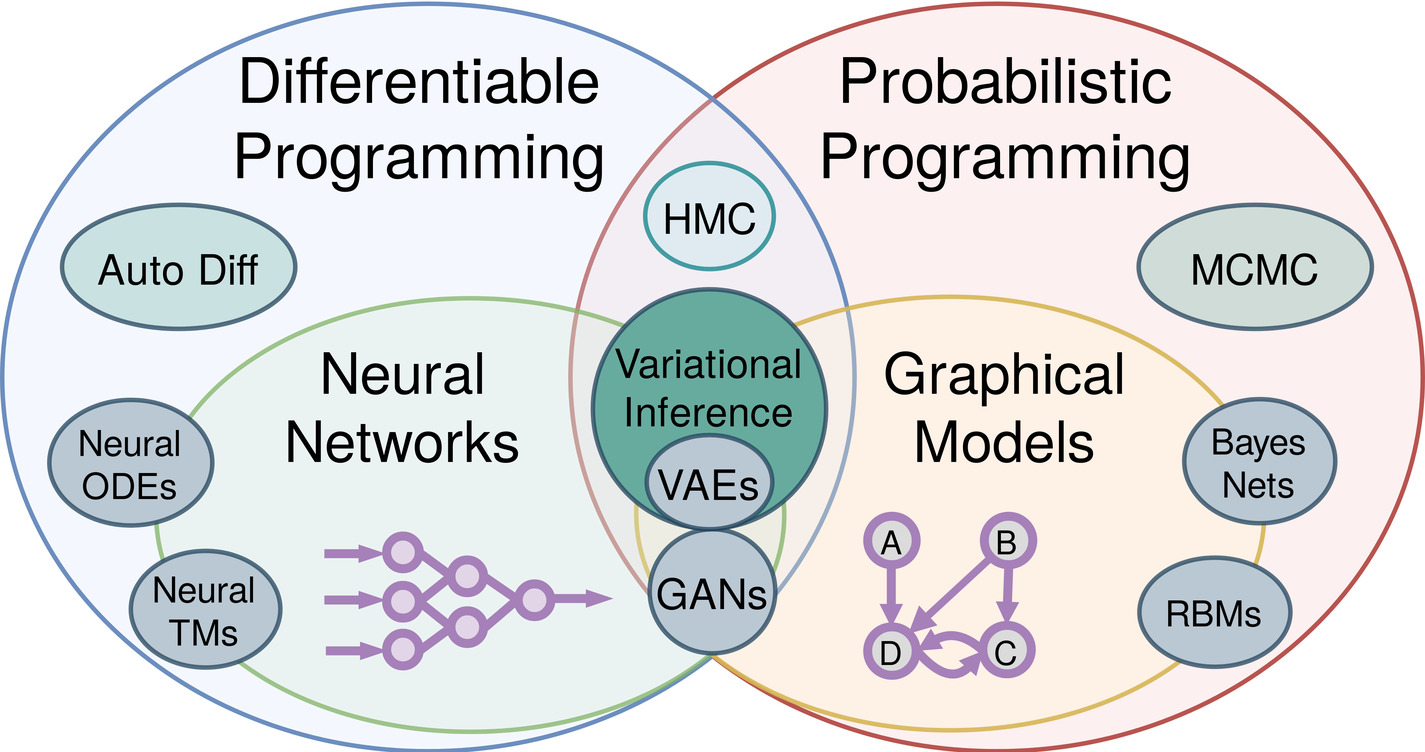
The draw.io diagram latex/thesis/diff_prob_prog.png in breandan/kotlingrad, before a commit. Source tidied: cells renumbered, new cells last; positions are measured from the earlier drawing's top-left corner, leaving out a move shared by most shapes.
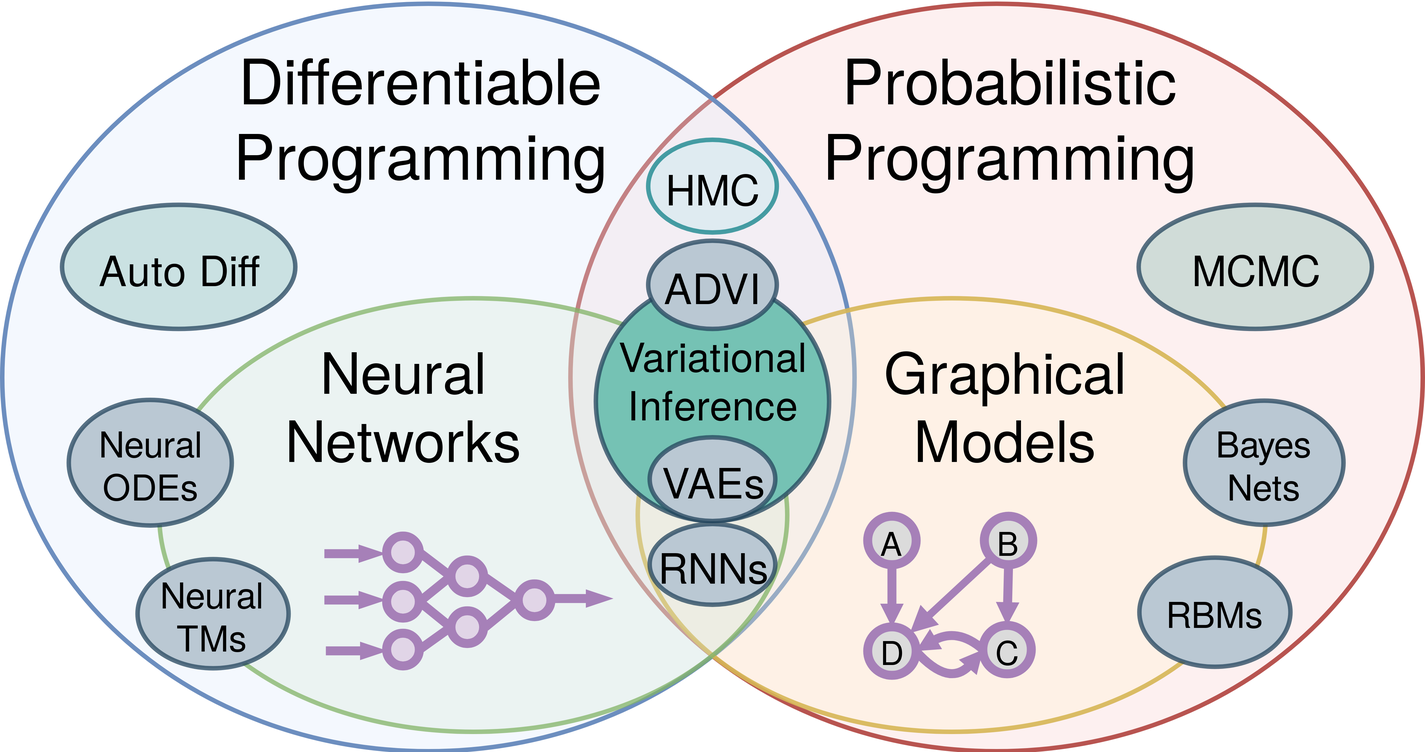
After the change.

Diff of the diagram source:
```diff
@@ -12,10 +12,10 @@
       <mxGeometry y="-0.5" width="570" height="500" as="geometry" />
     </mxCell>
     <mxCell id="5" style="ellipse;whiteSpace=wrap;html=1;fillColor=#fff2cc;strokeColor=#d6b656;strokeOpacity=90;fillOpacity=30;strokeWidth=3;" parent="1" vertex="1">
-      <mxGeometry x="424" y="196" width="420" height="290" as="geometry" />
+      <mxGeometry x="425" y="197" width="420" height="290" as="geometry" />
     </mxCell>
     <mxCell id="6" value="&lt;div style=&quot;font-size: 38px&quot; align=&quot;left&quot;&gt;&lt;font style=&quot;font-size: 38px&quot;&gt;&amp;nbsp; &lt;font style=&quot;font-size: 38px&quot;&gt;&lt;br&gt;&lt;/font&gt;&lt;/font&gt;&lt;/div&gt;&lt;div align=&quot;left&quot;&gt;&lt;font style=&quot;font-size: 32px&quot;&gt;&amp;nbsp;&amp;nbsp;&amp;nbsp;&amp;nbsp;&amp;nbsp;&amp;nbsp;&amp;nbsp;&amp;nbsp;&amp;nbsp; &lt;br&gt;&lt;/font&gt;&lt;/div&gt;&lt;div align=&quot;left&quot;&gt;&lt;font style=&quot;font-size: 32px&quot;&gt;&amp;nbsp;&amp;nbsp;&amp;nbsp;&amp;nbsp;&amp;nbsp;&amp;nbsp; &lt;br&gt;&lt;/font&gt;&lt;/div&gt;&lt;div align=&quot;left&quot;&gt;&lt;font style=&quot;font-size: 32px&quot;&gt;&amp;nbsp;&amp;nbsp;&amp;nbsp;&amp;nbsp;&amp;nbsp;&amp;nbsp;&amp;nbsp;&amp;nbsp;&amp;nbsp;&amp;nbsp;&amp;nbsp;&amp;nbsp; &lt;br&gt;&lt;/font&gt;&lt;/div&gt;" style="ellipse;whiteSpace=wrap;html=1;fillColor=#d5e8d4;strokeColor=#82b366;strokeOpacity=75;fillOpacity=30;strokeWidth=3;" parent="1" vertex="1">
-      <mxGeometry x="103" y="197" width="420" height="290" as="geometry" />
+      <mxGeometry x="105" y="197" width="420" height="290" as="geometry" />
     </mxCell>
     <mxCell id="7" style="ellipse;whiteSpace=wrap;html=1;strokeColor=#A680B8;strokeWidth=6;fillColor=#e1d5e7;fillOpacity=100;" parent="1" vertex="1">
       <mxGeometry x="257" y="356" width="21.9" height="21.9" as="geometry" />
@@ -121,28 +121,22 @@
       <mxGeometry x="40" y="134" width="156" height="83" as="geometry" />
     </mxCell>
     <mxCell id="34" value="&lt;font style=&quot;font-size: 28px&quot;&gt;HMC&lt;/font&gt;" style="ellipse;whiteSpace=wrap;html=1;fillColor=#b0e3e6;strokeColor=#0e8088;strokeOpacity=75;fillOpacity=30;strokeWidth=3;" parent="1" vertex="1">
-      <mxGeometry x="430.5" y="106.5" width="86" height="71" as="geometry" />
+      <mxGeometry x="432" y="91" width="86" height="62" as="geometry" />
     </mxCell>
     <mxCell id="35" value="&lt;font style=&quot;font-size: 24px&quot;&gt;Bayes Nets&lt;/font&gt;" style="ellipse;whiteSpace=wrap;html=1;fillColor=#bac8d3;strokeColor=#23445d;strokeOpacity=75;fillOpacity=100;strokeWidth=3;" parent="1" vertex="1">
-      <mxGeometry x="790.5" y="264.5" width="101" height="83" as="geometry" />
+      <mxGeometry x="791" y="265" width="106" height="83" as="geometry" />
     </mxCell>
     <mxCell id="36" value="&lt;font style=&quot;font-size: 24px&quot;&gt;RBMs&lt;/font&gt;" style="ellipse;whiteSpace=wrap;html=1;fillColor=#bac8d3;strokeColor=#23445d;strokeOpacity=75;fillOpacity=100;strokeWidth=3;" parent="1" vertex="1">
       <mxGeometry x="760" y="370" width="101" height="73" as="geometry" />
     </mxCell>
     <mxCell id="37" value="&lt;font style=&quot;font-size: 24px&quot;&gt;Neural ODEs&lt;/font&gt;" style="ellipse;whiteSpace=wrap;html=1;fillColor=#bac8d3;strokeColor=#23445d;strokeOpacity=75;fillOpacity=100;strokeWidth=3;" parent="1" vertex="1">
-      <mxGeometry x="31.5" y="264.5" width="109" height="84" as="geometry" />
+      <mxGeometry x="44.5" y="264.5" width="109" height="84" as="geometry" />
     </mxCell>
-    <mxCell id="38" value="&lt;font style=&quot;font-size: 24px&quot;&gt;Neural TMs&lt;/font&gt;" style="ellipse;whiteSpace=wrap;html=1;fillColor=#bac8d3;strokeColor=#23445d;strokeOpacity=75;fillOpacity=100;strokeWidth=3;" parent="1" vertex="1">
-      <mxGeometry x="86" y="365.5" width="100" height="78" as="geometry" />
-    </mxCell>
-    <mxCell id="39" value="&lt;font style=&quot;font-size: 28px&quot;&gt;GANs&lt;/font&gt;" style="ellipse;whiteSpace=wrap;html=1;fillColor=#bac8d3;strokeColor=#23445d;strokeOpacity=75;fillOpacity=100;strokeWidth=3;" parent="1" vertex="1">
-      <mxGeometry x="433" y="351" width="84" height="83" as="geometry" />
-    </mxCell>
-    <mxCell id="40" value="&lt;div style=&quot;font-size: 27px&quot;&gt;&lt;font style=&quot;font-size: 27px&quot;&gt;Variational&lt;/font&gt;&lt;/div&gt;&lt;div style=&quot;font-size: 27px&quot;&gt;&lt;font style=&quot;font-size: 27px&quot;&gt;Inference&lt;/font&gt;&lt;/div&gt;&lt;div style=&quot;font-size: 27px&quot;&gt;&lt;font style=&quot;font-size: 27px&quot;&gt;&lt;br&gt;&lt;/font&gt;&lt;/div&gt;" style="ellipse;whiteSpace=wrap;html=1;fillColor=#67AB9F;strokeColor=#23445d;strokeOpacity=75;fillOpacity=100;strokeWidth=3;" parent="1" vertex="1">
-      <mxGeometry x="395" y="191" width="156" height="160" as="geometry" />
+    <mxCell id="40" value="&lt;div style=&quot;font-size: 27px&quot;&gt;&lt;font style=&quot;font-size: 27px&quot;&gt;Variational&lt;/font&gt;&lt;/div&gt;&lt;div style=&quot;font-size: 27px&quot;&gt;&lt;font style=&quot;font-size: 27px&quot;&gt;Inference&lt;/font&gt;&lt;/div&gt;&lt;div style=&quot;font-size: 27px&quot;&gt;&lt;font style=&quot;font-size: 27px&quot;&gt;&lt;br&gt;&lt;/font&gt;&lt;/div&gt;" style="ellipse;whiteSpace=wrap;html=1;fillColor=#75C2B4;strokeColor=#23445d;strokeOpacity=75;fillOpacity=100;strokeWidth=3;" parent="1" vertex="1">
+      <mxGeometry x="397" y="186" width="156" height="160" as="geometry" />
     </mxCell>
     <mxCell id="41" value="&lt;font style=&quot;font-size: 28px&quot;&gt;VAEs&lt;/font&gt;" style="ellipse;whiteSpace=wrap;html=1;fillColor=#bac8d3;strokeColor=#23445d;strokeOpacity=75;fillOpacity=100;strokeWidth=3;" parent="1" vertex="1">
-      <mxGeometry x="431" y="288" width="84" height="63" as="geometry" />
+      <mxGeometry x="433" y="290" width="84" height="56" as="geometry" />
     </mxCell>
     <mxCell id="42" value="&lt;font style=&quot;font-size: 38px&quot;&gt;Neural Networks&lt;/font&gt;" style="text;html=1;strokeColor=none;fillColor=none;align=center;verticalAlign=middle;whiteSpace=wrap;rounded=0;fontSize=22;fontColor=#000000;" parent="1" vertex="1">
       <mxGeometry x="198" y="256.5" width="140" height="19" as="geometry" />
@@ -150,5 +144,14 @@
     <mxCell id="43" value="&lt;font style=&quot;font-size: 38px&quot;&gt;Graphical Models&lt;/font&gt;" style="text;html=1;strokeColor=none;fillColor=none;align=center;verticalAlign=middle;whiteSpace=wrap;rounded=0;fontSize=22;fontColor=#000000;" parent="1" vertex="1">
       <mxGeometry x="600.5" y="256.5" width="140" height="20" as="geometry" />
     </mxCell>
+    <mxCell id="44" value="&lt;font style=&quot;font-size: 28px&quot;&gt;ADVI&lt;/font&gt;" style="ellipse;whiteSpace=wrap;html=1;fillColor=#bac8d3;strokeColor=#23445d;strokeOpacity=75;fillOpacity=100;strokeWidth=3;" parent="1" vertex="1">
+      <mxGeometry x="432" y="158" width="86" height="59" as="geometry" />
+    </mxCell>
+    <mxCell id="45" value="&lt;font style=&quot;font-size: 28px&quot;&gt;RNNs&lt;/font&gt;" style="ellipse;whiteSpace=wrap;html=1;fillColor=#bac8d3;strokeColor=#23445d;strokeOpacity=75;fillOpacity=100;strokeWidth=3;" parent="1" vertex="1">
+      <mxGeometry x="433" y="348" width="84" height="54" as="geometry" />
+    </mxCell>
+    <mxCell id="38" value="&lt;font style=&quot;font-size: 24px&quot;&gt;Neural TMs&lt;/font&gt;" style="ellipse;whiteSpace=wrap;html=1;fillColor=#bac8d3;strokeColor=#23445d;strokeOpacity=75;fillOpacity=100;strokeWidth=3;" parent="1" vertex="1">
+      <mxGeometry x="90" y="371" width="101" height="73" as="geometry" />
+    </mxCell>
   </root>
 </mxGraphModel>
```
